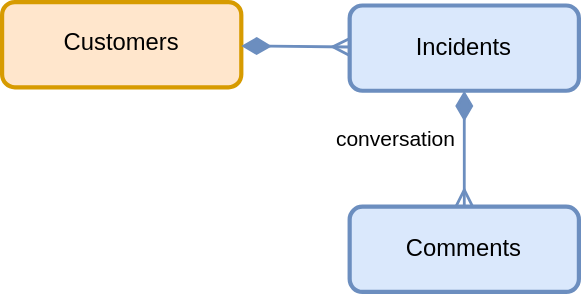
Before: xmpls/schema.drawio.svg, a diagram exported from draw.io (cap-js/incidents-app). Source tidied: cells renumbered, new cells last; positions are measured from the earlier drawing's top-left corner, leaving out a move shared by most shapes.
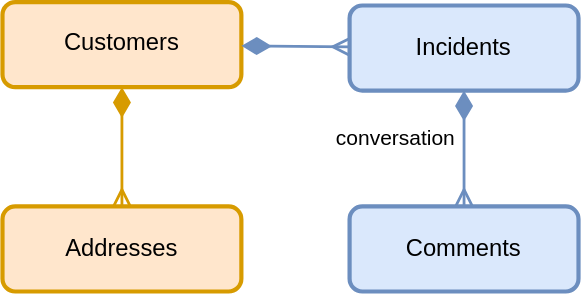
After the change.

What changed in the source:
```diff
@@ -17,5 +17,11 @@
     <mxCell id="6" style="endArrow=diamondThin;endFill=1;endSize=16;html=1;fontFamily=Helvetica;strokeColor=#6c8ebf;strokeWidth=2;fillColor=#dae8fc;startSize=9;startArrow=ERmany;startFill=0;" parent="1" edge="1" source="2" target="4">
       <mxGeometry relative="1" as="geometry" />
     </mxCell>
+    <mxCell id="7" value="Addresses" style="rounded=1;whiteSpace=wrap;html=1;comic=0;fontFamily=Helvetica;strokeColor=#d79b00;strokeWidth=3;fillColor=#ffe6cc;fontSize=17;" parent="1" vertex="1">
+      <mxGeometry y="146.1" width="170.9" height="60.9" as="geometry" />
+    </mxCell>
+    <mxCell id="8" style="endArrow=diamondThin;endFill=1;endSize=16;html=1;fontFamily=Helvetica;strokeColor=#d79b00;strokeWidth=2;fillColor=#ffe6cc;startArrow=ERmany;startFill=0;startSize=9;labelBackgroundColor=none;align=right;fontSize=15;" parent="1" edge="1" source="7" target="4">
+      <mxGeometry x="0.18" y="5" relative="1" as="geometry" />
+    </mxCell>
   </root>
 </mxGraphModel>
```
